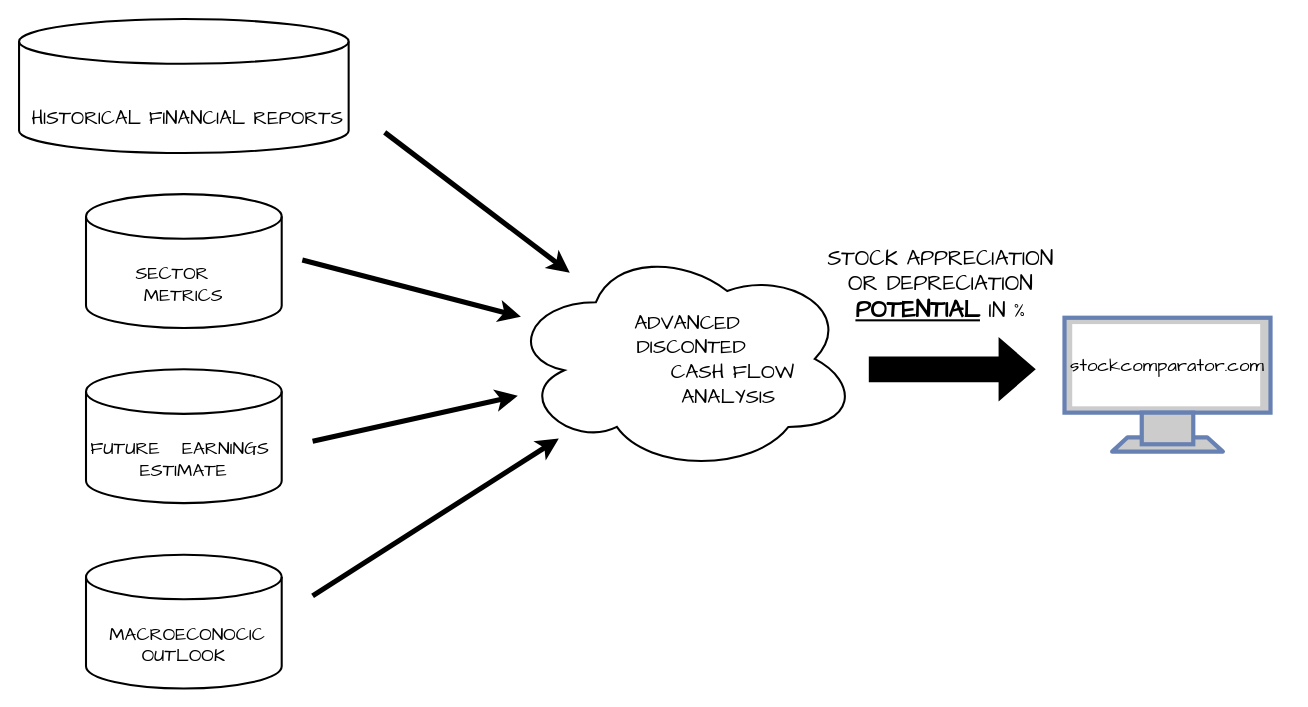
Before: src/images/working_principle.drawio in stockfundamentalanalysis/stock-comparator-front-end, a draw.io diagram. Source tidied: cells renumbered, new cells numbered last; positions are measured from the earlier drawing's top-left corner, leaving out a move shared by most shapes. Both pictures are drawn from the tidied source at 103%, with x=0, y=0 at pixel (19, 19).
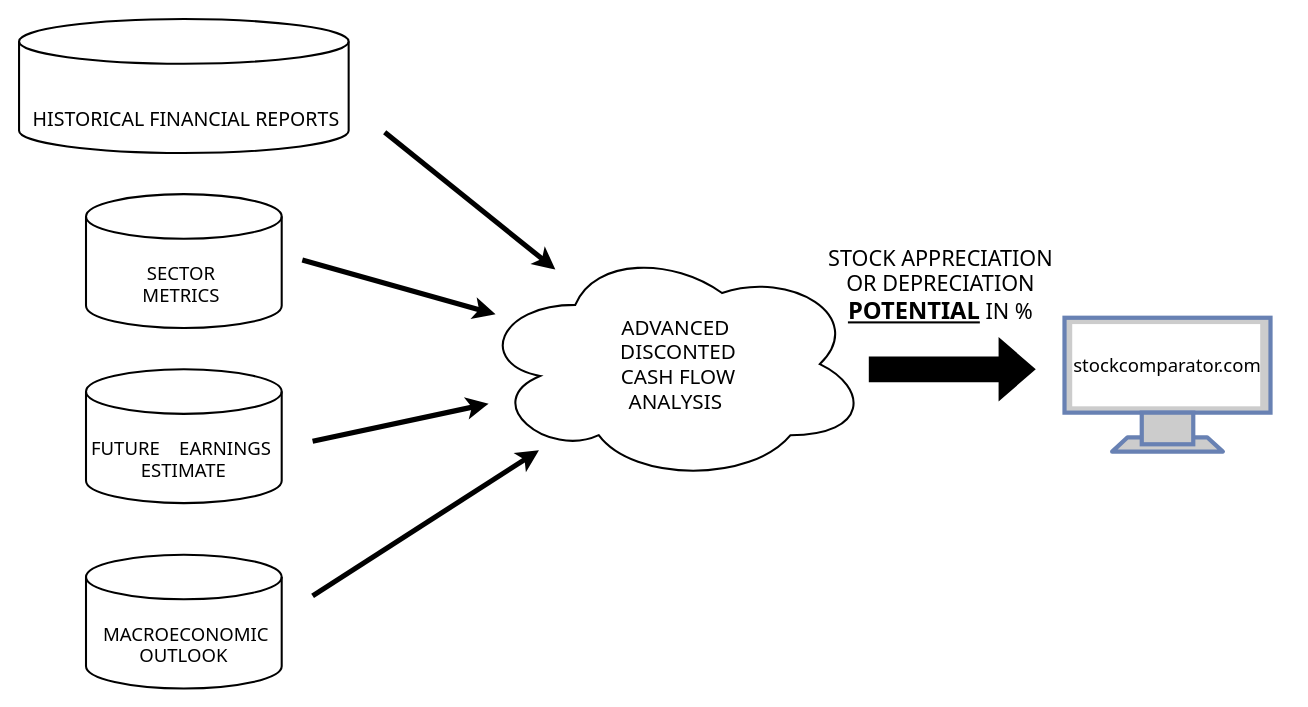
Above is the later version.

What changed in the source:
```diff
@@
 <mxGraphModel>
   <root>
     <mxCell id="0" />
     <mxCell id="1" parent="0" />
-    <mxCell id="2" value="&lt;p style=&quot;font-size: 19px;&quot;&gt;&lt;font style=&quot;font-size: 19px;&quot; face=&quot;Comic Sans MS&quot;&gt;&amp;nbsp;HISTORICAL FINANCIAL &lt;/font&gt;&lt;span style=&quot;font-family: &amp;quot;Comic Sans MS&amp;quot;; background-color: initial;&quot;&gt;REPORTS&lt;/span&gt;&lt;/p&gt;" style="strokeWidth=2;html=1;shape=mxgraph.flowchart.database;whiteSpace=wrap;verticalAlign=bottom;" parent="1" vertex="1">
+    <mxCell id="2" value="&lt;p style=&quot;font-size: 19px;&quot;&gt;&lt;font style=&quot;font-size: 19px;&quot;&gt;&amp;nbsp;HISTORICAL FINANCIAL &lt;/font&gt;&lt;span style=&quot;background-color: initial;&quot;&gt;REPORTS&lt;/span&gt;&lt;/p&gt;" style="strokeWidth=2;html=1;shape=mxgraph.flowchart.database;whiteSpace=wrap;verticalAlign=bottom;fontFamily=Tahoma;" parent="1" vertex="1">
       <mxGeometry width="320" height="130" as="geometry" />
     </mxCell>
-    <mxCell id="3" value="&lt;p style=&quot;font-size: 18px;&quot;&gt;&lt;font style=&quot;font-size: 18px;&quot;&gt;FUTURE&amp;nbsp; &amp;nbsp;&lt;/font&gt;&lt;span style=&quot;background-color: initial;&quot;&gt;EARNINGS&amp;nbsp; ESTIMATE&lt;/span&gt;&lt;/p&gt;" style="strokeWidth=2;html=1;shape=mxgraph.flowchart.database;whiteSpace=wrap;verticalAlign=bottom;fontFamily=Comic Sans MS;fontSize=18;" parent="1" vertex="1">
+    <mxCell id="3" value="&lt;p style=&quot;font-size: 18px;&quot;&gt;&lt;font style=&quot;font-size: 18px;&quot;&gt;&lt;br&gt;&lt;/font&gt;&lt;/p&gt;&lt;p style=&quot;font-size: 18px;&quot;&gt;&lt;font style=&quot;font-size: 18px;&quot;&gt;FUTURE&amp;nbsp; &amp;nbsp;&amp;nbsp;&lt;/font&gt;&lt;span style=&quot;background-color: initial;&quot;&gt;EARNINGS&amp;nbsp; ESTIMATE&lt;/span&gt;&lt;/p&gt;" style="strokeWidth=2;html=1;shape=mxgraph.flowchart.database;whiteSpace=wrap;verticalAlign=bottom;fontFamily=Tahoma;fontSize=18;" parent="1" vertex="1">
       <mxGeometry x="65" y="340" width="190" height="130" as="geometry" />
     </mxCell>
-    <mxCell id="4" value="&lt;p style=&quot;font-size: 18px;&quot;&gt;&amp;nbsp;MACROECONOCIC OUTLOOK&lt;/p&gt;" style="strokeWidth=2;html=1;shape=mxgraph.flowchart.database;whiteSpace=wrap;verticalAlign=bottom;fontFamily=Comic Sans MS;fontSize=18;" parent="1" vertex="1">
+    <mxCell id="4" value="&lt;p style=&quot;font-size: 18px;&quot;&gt;&amp;nbsp;MACROECONOMIC OUTLOOK&lt;/p&gt;" style="strokeWidth=2;html=1;shape=mxgraph.flowchart.database;whiteSpace=wrap;verticalAlign=bottom;fontFamily=Tahoma;fontSize=18;" parent="1" vertex="1">
       <mxGeometry x="65" y="520" width="190" height="130" as="geometry" />
     </mxCell>
-    <mxCell id="5" value="&lt;p style=&quot;font-size: 18px;&quot;&gt;SECTOR&amp;nbsp; &amp;nbsp; &amp;nbsp;METRICS&amp;nbsp;&lt;/p&gt;" style="strokeWidth=2;html=1;shape=mxgraph.flowchart.database;whiteSpace=wrap;verticalAlign=bottom;fontFamily=Comic Sans MS;fontSize=18;" parent="1" vertex="1">
+    <mxCell id="5" value="&lt;p style=&quot;font-size: 18px;&quot;&gt;&amp;nbsp; &amp;nbsp; SECTOR&amp;nbsp; &amp;nbsp; &amp;nbsp; METRICS&amp;nbsp;&lt;/p&gt;" style="strokeWidth=2;html=1;shape=mxgraph.flowchart.database;whiteSpace=wrap;verticalAlign=bottom;fontFamily=Tahoma;fontSize=18;" parent="1" vertex="1">
       <mxGeometry x="65" y="170" width="190" height="130" as="geometry" />
     </mxCell>
-    <mxCell id="6" value="&lt;font style=&quot;font-size: 20px;&quot;&gt;&amp;nbsp;ADVANCED &lt;br&gt;&amp;nbsp; DISCONTED&lt;br&gt;&amp;nbsp; &amp;nbsp; &amp;nbsp; &amp;nbsp; &amp;nbsp; &amp;nbsp; &amp;nbsp; &amp;nbsp; &amp;nbsp; &amp;nbsp;CASH FLOW&amp;nbsp; &amp;nbsp; &amp;nbsp; &amp;nbsp; &amp;nbsp; &amp;nbsp; &amp;nbsp; &amp;nbsp; &amp;nbsp; &amp;nbsp;ANALYSIS&lt;/font&gt;" style="ellipse;shape=cloud;whiteSpace=wrap;html=1;fontSize=18;fontFamily=Comic Sans MS;verticalAlign=middle;strokeWidth=2;" parent="1" vertex="1">
-      <mxGeometry x="475" y="220" width="340" height="220" as="geometry" />
+    <mxCell id="6" value="&lt;font style=&quot;font-size: 20px;&quot;&gt;&amp;nbsp;ADVANCED &lt;br&gt;&amp;nbsp; DISCONTED&lt;br&gt;&amp;nbsp; &amp;nbsp; &amp;nbsp; &amp;nbsp; &amp;nbsp; &amp;nbsp; &amp;nbsp; &amp;nbsp; &amp;nbsp; &amp;nbsp;CASH FLOW&amp;nbsp; &amp;nbsp; &amp;nbsp; &amp;nbsp; &amp;nbsp; &amp;nbsp; &amp;nbsp; &amp;nbsp; &amp;nbsp; &amp;nbsp;ANALYSIS&lt;/font&gt;" style="ellipse;shape=cloud;whiteSpace=wrap;html=1;fontSize=18;fontFamily=Tahoma;verticalAlign=middle;strokeWidth=2;" parent="1" vertex="1">
+      <mxGeometry x="445" y="220" width="380" height="230" as="geometry" />
     </mxCell>
-    <mxCell id="7" style="endArrow=classic;html=1;rounded=0;strokeWidth=5;" parent="1" edge="1" target="6">
+    <mxCell id="7" style="endArrow=classic;html=1;rounded=0;strokeWidth=5;fontFamily=Tahoma;" parent="1" edge="1" target="6">
       <mxGeometry relative="1" as="geometry">
         <mxPoint x="285" y="560" as="sourcePoint" />
       </mxGeometry>
     </mxCell>
-    <mxCell id="8" style="endArrow=classic;html=1;rounded=0;strokeWidth=5;" parent="1" edge="1" target="6">
+    <mxCell id="8" style="endArrow=classic;html=1;rounded=0;strokeWidth=5;fontFamily=Tahoma;" parent="1" edge="1" target="6">
       <mxGeometry relative="1" as="geometry">
         <mxPoint x="285" y="410" as="sourcePoint" />
       </mxGeometry>
     </mxCell>
-    <mxCell id="9" style="endArrow=classic;html=1;rounded=0;strokeWidth=5;" parent="1" edge="1" target="6">
+    <mxCell id="9" style="endArrow=classic;html=1;rounded=0;strokeWidth=5;fontFamily=Tahoma;" parent="1" edge="1" target="6">
       <mxGeometry relative="1" as="geometry">
         <mxPoint x="355" y="110" as="sourcePoint" />
       </mxGeometry>
     </mxCell>
-    <mxCell id="10" style="endArrow=classic;html=1;rounded=0;strokeWidth=5;" parent="1" edge="1" target="6">
+    <mxCell id="10" style="endArrow=classic;html=1;rounded=0;strokeWidth=5;fontFamily=Tahoma;" parent="1" edge="1" target="6">
       <mxGeometry relative="1" as="geometry">
         <mxPoint x="275" y="234" as="sourcePoint" />
       </mxGeometry>
     </mxCell>
-    <mxCell id="11" style="fontColor=#0066CC;verticalAlign=top;verticalLabelPosition=bottom;labelPosition=center;align=center;html=1;fillColor=#CCCCCC;strokeColor=#6881B3;gradientColor=none;gradientDirection=north;strokeWidth=2;shape=mxgraph.networks.monitor;" parent="1" vertex="1">
+    <mxCell id="11" style="fontColor=#0066CC;verticalAlign=top;verticalLabelPosition=bottom;labelPosition=center;align=center;html=1;fillColor=#CCCCCC;strokeColor=#6881B3;gradientColor=none;gradientDirection=north;strokeWidth=2;shape=mxgraph.networks.monitor;fontFamily=Tahoma;" parent="1" vertex="1">
       <mxGeometry x="1015" y="290" width="200" height="130" as="geometry" />
     </mxCell>
-    <mxCell id="12" style="shape=flexArrow;endArrow=classic;html=1;rounded=0;strokeWidth=8;fillColor=#000000;" parent="1" edge="1">
+    <mxCell id="12" style="shape=flexArrow;endArrow=classic;html=1;rounded=0;strokeWidth=8;fillColor=#000000;fontFamily=Tahoma;" parent="1" edge="1">
       <mxGeometry relative="1" as="geometry">
         <mxPoint x="825" y="340" as="sourcePoint" />
         <mxPoint x="985" y="340" as="targetPoint" />
       </mxGeometry>
     </mxCell>
-    <mxCell id="13" value="&lt;font style=&quot;&quot;&gt;&lt;span style=&quot;font-size: 21px;&quot;&gt;STOCK APPRECIATION OR DEPRECIATION &lt;/span&gt;&lt;b style=&quot;&quot;&gt;&lt;font style=&quot;font-size: 23px;&quot;&gt;&lt;u&gt;POTENTIAL&lt;/u&gt;&lt;/font&gt;&lt;/b&gt;&lt;span style=&quot;font-size: 21px;&quot;&gt; IN %&lt;/span&gt;&lt;/font&gt;" style="text;html=1;strokeColor=none;fillColor=none;align=center;verticalAlign=bottom;whiteSpace=wrap;rounded=0;strokeWidth=2;fontFamily=Comic Sans MS;fontSize=18;" parent="1" vertex="1">
+    <mxCell id="13" value="&lt;font style=&quot;&quot;&gt;&lt;span style=&quot;font-size: 21px;&quot;&gt;STOCK APPRECIATION OR DEPRECIATION &lt;/span&gt;&lt;b style=&quot;&quot;&gt;&lt;font style=&quot;font-size: 23px;&quot;&gt;&lt;u&gt;POTENTIAL&lt;/u&gt;&lt;/font&gt;&lt;/b&gt;&lt;span style=&quot;font-size: 21px;&quot;&gt; IN %&lt;/span&gt;&lt;/font&gt;" style="text;html=1;strokeColor=none;fillColor=none;align=center;verticalAlign=bottom;whiteSpace=wrap;rounded=0;strokeWidth=2;fontFamily=Tahoma;fontSize=18;" parent="1" vertex="1">
       <mxGeometry x="775" y="180" width="240" height="120" as="geometry" />
     </mxCell>
-    <mxCell id="14" value="stockcomparator.com" style="text;html=1;strokeColor=none;fillColor=none;align=center;verticalAlign=bottom;whiteSpace=wrap;rounded=0;strokeWidth=2;fontFamily=Comic Sans MS;fontSize=18;" parent="1" vertex="1">
+    <mxCell id="14" value="stockcomparator.com" style="text;html=1;strokeColor=none;fillColor=none;align=center;verticalAlign=bottom;whiteSpace=wrap;rounded=0;strokeWidth=2;fontFamily=Tahoma;fontSize=18;" parent="1" vertex="1">
       <mxGeometry x="995" y="230" width="240" height="120" as="geometry" />
     </mxCell>
   </root>
 </mxGraphModel>
```
